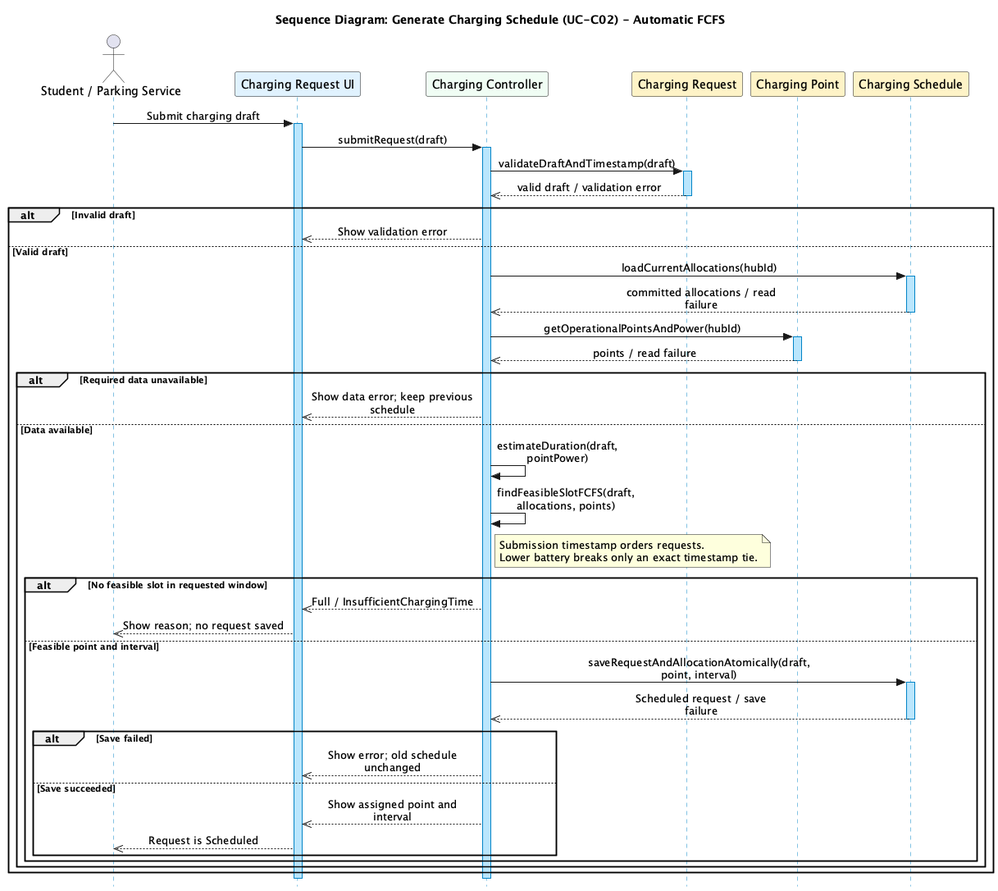
Earlier version of the PlantUML export docs/submission-2/sequence-diagrams/smart-charging/SD_GenerateChargingSchedule.png (thanhpham1108/smart-e-mobility-hub). Its diagram source:
```plantuml
@startuml SD_GenerateChargingSchedule
skinparam style strictuml
skinparam sequenceMessageAlign center
skinparam boxPadding 10
skinparam maxMessageSize 200
skinparam sequenceLifeLineBorderColor #0284C7
skinparam sequenceLifeLineBackgroundColor #BAE6FD

title Sequence Diagram: Generate Charging Schedule (UC-C02) - Automatic FCFS

actor "Student / Parking Service" as Caller
participant "Charging Request UI" as UI #E0F2FE
participant "Charging Controller" as Ctrl #F0FDF4
participant "Charging Request" as Req #FEF3C7
participant "Charging Point" as Point #FEF3C7
participant "Charging Schedule" as Sched #FEF3C7

Caller -> UI : Submit charging draft
activate UI
UI -> Ctrl : submitRequest(draft)
activate Ctrl
Ctrl -> Req : validateDraftAndTimestamp(draft)
activate Req
Req -->> Ctrl : valid draft / validation error
deactivate Req
alt Invalid draft
  Ctrl -->> UI : Show validation error
else Valid draft
  Ctrl -> Sched : loadCurrentAllocations(hubId)
  activate Sched
  Sched -->> Ctrl : committed allocations / read failure
  deactivate Sched
  Ctrl -> Point : getOperationalPointsAndPower(hubId)
  activate Point
  Point -->> Ctrl : points / read failure
  deactivate Point
  alt Required data unavailable
    Ctrl -->> UI : Show data error; keep previous schedule
  else Data available
    Ctrl -> Ctrl : estimateDuration(draft, pointPower)
    Ctrl -> Ctrl : findFeasibleSlotFCFS(draft, allocations, points)
    note right of Ctrl
      Submission timestamp orders requests.
      Lower battery breaks only an exact timestamp tie.
    end note
    alt No feasible slot in requested window
      Ctrl -->> UI : Full / InsufficientChargingTime
      UI -->> Caller : Show reason; no request saved
    else Feasible point and interval
      Ctrl -> Sched : saveRequestAndAllocationAtomically(draft, point, interval)
      activate Sched
      Sched -->> Ctrl : Scheduled request / save failure
      deactivate Sched
      alt Save failed
        Ctrl -->> UI : Show error; old schedule unchanged
      else Save succeeded
        Ctrl -->> UI : Show assigned point and interval
        UI -->> Caller : Request is Scheduled
      end
    end
  end
end

deactivate Ctrl
deactivate UI
@enduml
```
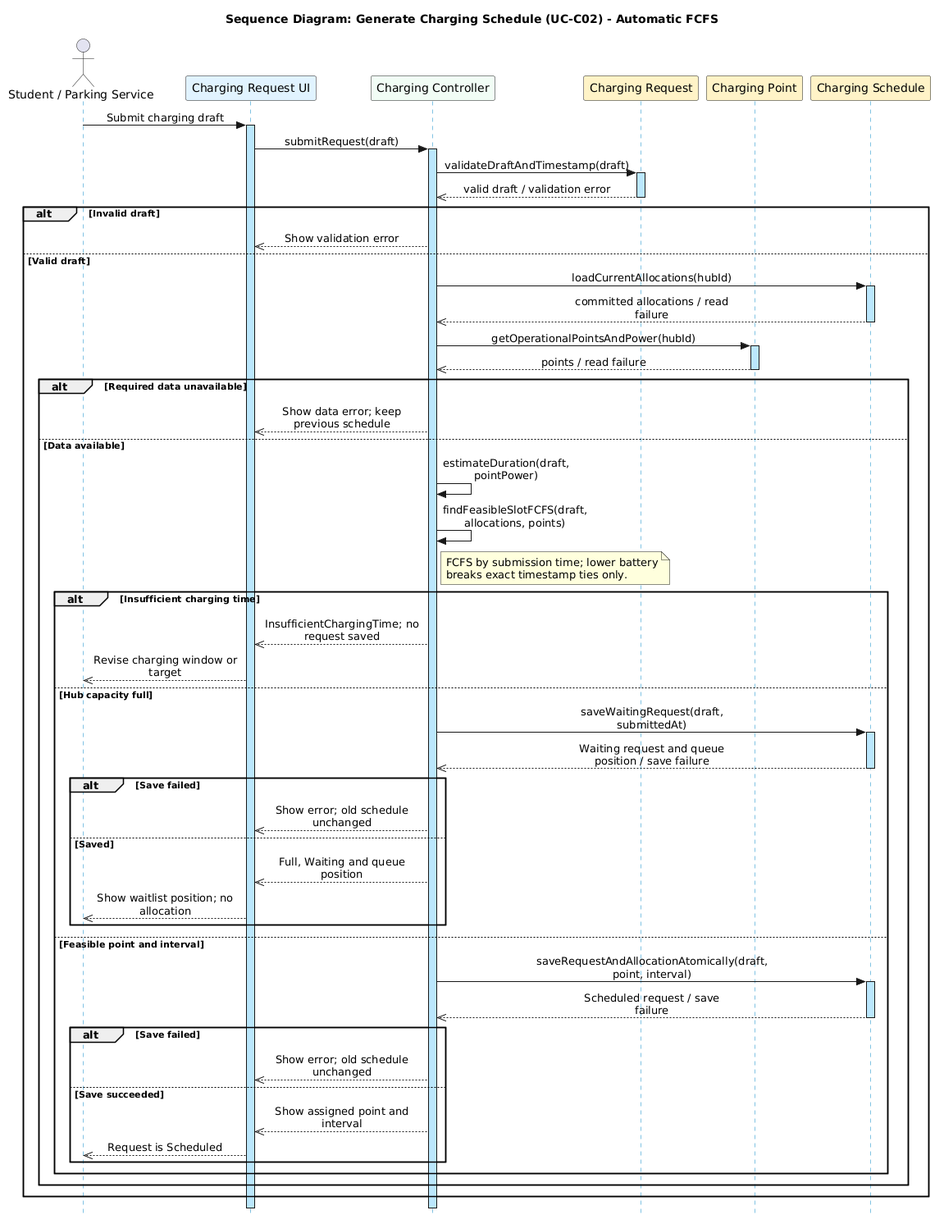
After the change.

What changed in the source:
```diff
@@ -1,6 +1,7 @@
 @startuml SD_GenerateChargingSchedule
 skinparam style strictuml
 skinparam sequenceMessageAlign center
+skinparam linetype ortho
 skinparam boxPadding 10
 skinparam maxMessageSize 200
 skinparam sequenceLifeLineBorderColor #0284C7
@@ -40,12 +41,23 @@
     Ctrl -> Ctrl : estimateDuration(draft, pointPower)
     Ctrl -> Ctrl : findFeasibleSlotFCFS(draft, allocations, points)
     note right of Ctrl
-      Submission timestamp orders requests.
-      Lower battery breaks only an exact timestamp tie.
+      FCFS by submission time; lower battery
+      breaks exact timestamp ties only.
     end note
-    alt No feasible slot in requested window
-      Ctrl -->> UI : Full / InsufficientChargingTime
-      UI -->> Caller : Show reason; no request saved
+    alt Insufficient charging time
+      Ctrl -->> UI : InsufficientChargingTime; no request saved
+      UI -->> Caller : Revise charging window or target
+    else Hub capacity full
+      Ctrl -> Sched : saveWaitingRequest(draft, submittedAt)
+      activate Sched
+      Sched -->> Ctrl : Waiting request and queue position / save failure
+      deactivate Sched
+      alt Save failed
+        Ctrl -->> UI : Show error; old schedule unchanged
+      else Saved
+        Ctrl -->> UI : Full, Waiting and queue position
+        UI -->> Caller : Show waitlist position; no allocation
+      end
     else Feasible point and interval
       Ctrl -> Sched : saveRequestAndAllocationAtomically(draft, point, interval)
       activate Sched
```
